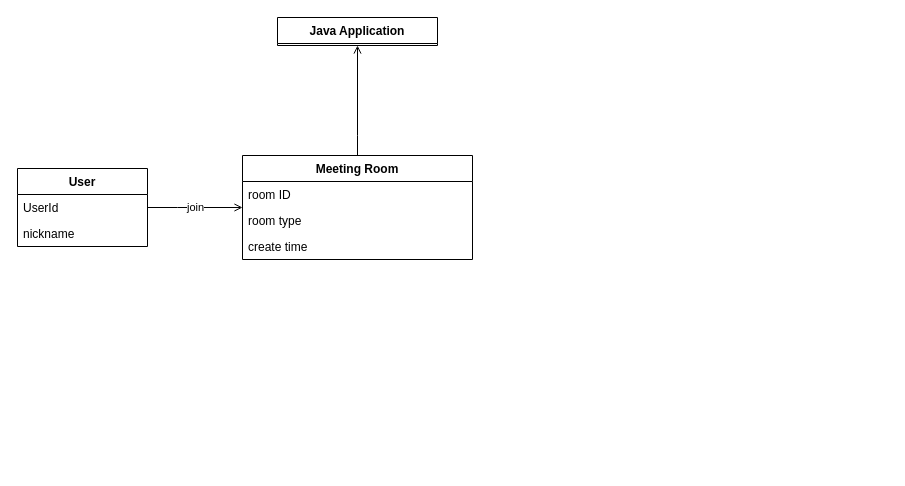
Before: Domain2.drawio in ONFFLine/Diagram, a draw.io diagram. Source tidied: cells renumbered, new cells numbered last; positions are measured from the earlier drawing's top-left corner, leaving out a move shared by most shapes. Both pictures are drawn from the tidied source at 100%, with x=0, y=0 at pixel (17, 17).
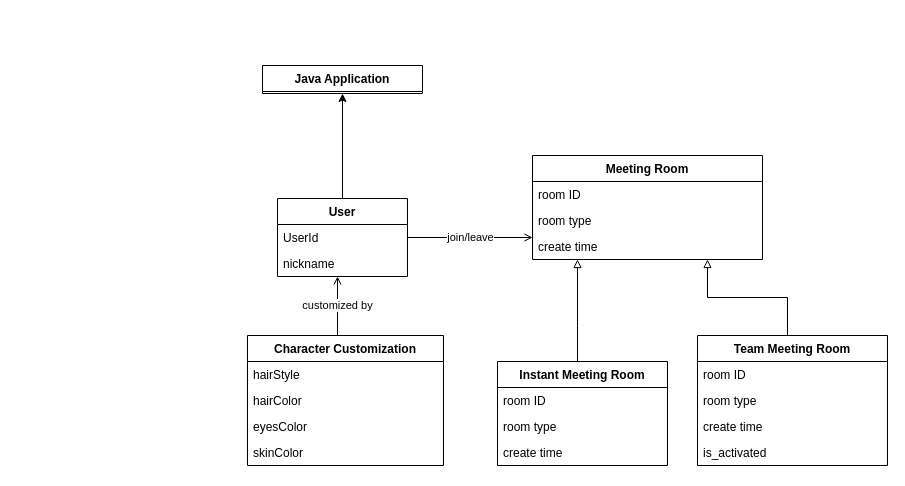
After the change.

The edit, as a diff of the source:
```diff
@@
-    <mxCell id="2" style="edgeStyle=orthogonalEdgeStyle;rounded=0;jettySize=auto;html=1;endArrow=open;endFill=0;" parent="1" edge="1" source="3" target="7">
-      <mxGeometry relative="1" as="geometry">
-        <Array as="points">
-          <mxPoint x="340" y="118" />
-          <mxPoint x="340" y="118" />
-        </Array>
-      </mxGeometry>
-    </mxCell>
     <mxCell id="3" value="Meeting Room" style="swimlane;fontStyle=1;align=center;verticalAlign=top;horizontal=1;startSize=26;" parent="1" vertex="1">
-      <mxGeometry x="225" y="138" width="230" height="104" as="geometry" />
+      <mxGeometry x="515" y="138" width="230" height="104" as="geometry" />
     </mxCell>
@@
     <mxCell id="7" value="Java Application" style="swimlane;fontStyle=1;align=center;verticalAlign=top;horizontal=1;startSize=26;" parent="1" vertex="1">
-      <mxGeometry x="260" width="160" height="28" as="geometry" />
+      <mxGeometry x="245" y="48" width="160" height="28" as="geometry" />
     </mxCell>
-    <mxCell id="8" value="join" style="edgeStyle=orthogonalEdgeStyle;rounded=0;jettySize=auto;html=1;endArrow=open;endFill=0;" parent="1" edge="1" source="9" target="3">
+    <mxCell id="8" value="join/leave" style="edgeStyle=orthogonalEdgeStyle;rounded=0;jettySize=auto;html=1;endArrow=open;endFill=0;" parent="1" edge="1" source="9" target="3">
       <mxGeometry relative="1" as="geometry">
         <Array as="points">
-          <mxPoint x="160" y="190" />
-          <mxPoint x="160" y="190" />
+          <mxPoint x="450" y="220" />
+          <mxPoint x="450" y="220" />
         </Array>
       </mxGeometry>
     </mxCell>
+    <mxCell id="12" style="edgeStyle=orthogonalEdgeStyle;rounded=0;jettySize=auto;html=1;exitX=0.5;exitY=0;exitDx=0;exitDy=0;" parent="1" edge="1" source="9" target="7">
+      <mxGeometry relative="1" as="geometry" />
+    </mxCell>
     <mxCell id="9" value="User" style="swimlane;fontStyle=1;align=center;verticalAlign=top;horizontal=1;startSize=26;" parent="1" vertex="1">
-      <mxGeometry y="151" width="130" height="78" as="geometry" />
+      <mxGeometry x="260" y="181" width="130" height="78" as="geometry" />
     </mxCell>
@@
+    <mxCell id="13" style="edgeStyle=orthogonalEdgeStyle;rounded=0;jettySize=auto;html=1;endArrow=block;endFill=0;" parent="1" edge="1" source="14" target="3">
+      <mxGeometry relative="1" as="geometry">
+        <Array as="points">
+          <mxPoint x="560" y="308" />
+          <mxPoint x="560" y="308" />
+        </Array>
+      </mxGeometry>
+    </mxCell>
+    <mxCell id="14" value="Instant Meeting Room" style="swimlane;fontStyle=1;align=center;verticalAlign=top;horizontal=1;startSize=26;" parent="1" vertex="1">
+      <mxGeometry x="480" y="344" width="170" height="104" as="geometry" />
+    </mxCell>
+    <mxCell id="15" value="room ID" style="text;strokeColor=none;fillColor=none;align=left;verticalAlign=top;spacingLeft=4;spacingRight=4;overflow=hidden;" parent="14" vertex="1">
+      <mxGeometry y="26" width="170" height="26" as="geometry" />
+    </mxCell>
+    <mxCell id="16" value="room type" style="text;strokeColor=none;fillColor=none;align=left;verticalAlign=top;spacingLeft=4;spacingRight=4;overflow=hidden;" parent="14" vertex="1">
+      <mxGeometry y="52" width="170" height="26" as="geometry" />
+    </mxCell>
+    <mxCell id="17" value="create time" style="text;strokeColor=none;fillColor=none;align=left;verticalAlign=top;spacingLeft=4;spacingRight=4;overflow=hidden;" parent="14" vertex="1">
+      <mxGeometry y="78" width="170" height="26" as="geometry" />
+    </mxCell>
+    <mxCell id="18" style="edgeStyle=orthogonalEdgeStyle;rounded=0;jettySize=auto;html=1;endArrow=block;endFill=0;" parent="1" edge="1" source="19" target="3">
+      <mxGeometry relative="1" as="geometry">
+        <Array as="points">
+          <mxPoint x="770" y="280" />
+          <mxPoint x="690" y="280" />
+        </Array>
+      </mxGeometry>
+    </mxCell>
+    <mxCell id="19" value="Team Meeting Room" style="swimlane;fontStyle=1;align=center;verticalAlign=top;horizontal=1;startSize=26;" parent="1" vertex="1">
+      <mxGeometry x="680" y="318" width="190" height="130" as="geometry" />
+    </mxCell>
+    <mxCell id="20" value="room ID" style="text;strokeColor=none;fillColor=none;align=left;verticalAlign=top;spacingLeft=4;spacingRight=4;overflow=hidden;" parent="19" vertex="1">
+      <mxGeometry y="26" width="190" height="26" as="geometry" />
+    </mxCell>
+    <mxCell id="21" value="room type" style="text;strokeColor=none;fillColor=none;align=left;verticalAlign=top;spacingLeft=4;spacingRight=4;overflow=hidden;" parent="19" vertex="1">
+      <mxGeometry y="52" width="190" height="26" as="geometry" />
+    </mxCell>
+    <mxCell id="22" value="create time" style="text;strokeColor=none;fillColor=none;align=left;verticalAlign=top;spacingLeft=4;spacingRight=4;overflow=hidden;" parent="19" vertex="1">
+      <mxGeometry y="78" width="190" height="26" as="geometry" />
+    </mxCell>
+    <mxCell id="23" value="is_activated" style="text;strokeColor=none;fillColor=none;align=left;verticalAlign=top;spacingLeft=4;spacingRight=4;overflow=hidden;" parent="19" vertex="1">
+      <mxGeometry y="104" width="190" height="26" as="geometry" />
+    </mxCell>
+    <mxCell id="24" value="customized by" style="edgeStyle=orthogonalEdgeStyle;rounded=0;jettySize=auto;html=1;endArrow=open;endFill=0;" parent="1" edge="1" source="25" target="9">
+      <mxGeometry relative="1" as="geometry">
+        <Array as="points">
+          <mxPoint x="320" y="288" />
+          <mxPoint x="320" y="288" />
+        </Array>
+      </mxGeometry>
+    </mxCell>
+    <mxCell id="25" value="Character Customization" style="swimlane;fontStyle=1;align=center;verticalAlign=top;horizontal=1;startSize=26;" parent="1" vertex="1">
+      <mxGeometry x="230" y="318" width="196" height="130" as="geometry" />
+    </mxCell>
+    <mxCell id="26" value="hairStyle" style="text;strokeColor=none;fillColor=none;align=left;verticalAlign=top;spacingLeft=4;spacingRight=4;overflow=hidden;" parent="25" vertex="1">
+      <mxGeometry y="26" width="196" height="26" as="geometry" />
+    </mxCell>
+    <mxCell id="27" value="hairColor" style="text;strokeColor=none;fillColor=none;align=left;verticalAlign=top;spacingLeft=4;spacingRight=4;overflow=hidden;" parent="25" vertex="1">
+      <mxGeometry y="52" width="196" height="26" as="geometry" />
+    </mxCell>
+    <mxCell id="28" value="eyesColor" style="text;strokeColor=none;fillColor=none;align=left;verticalAlign=top;spacingLeft=4;spacingRight=4;overflow=hidden;" parent="25" vertex="1">
+      <mxGeometry y="78" width="196" height="26" as="geometry" />
+    </mxCell>
+    <mxCell id="29" value="skinColor" style="text;strokeColor=none;fillColor=none;align=left;verticalAlign=top;spacingLeft=4;spacingRight=4;overflow=hidden;" parent="25" vertex="1">
+      <mxGeometry y="104" width="196" height="26" as="geometry" />
+    </mxCell>
```
